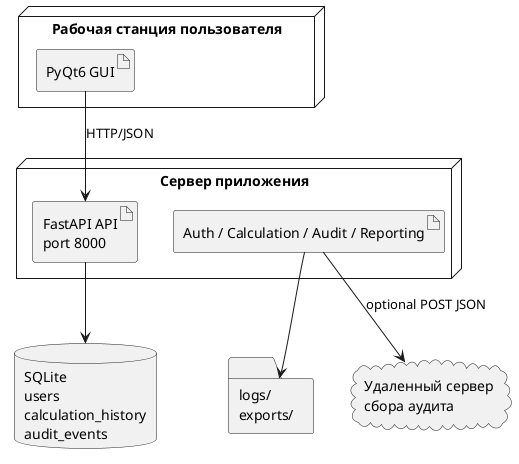
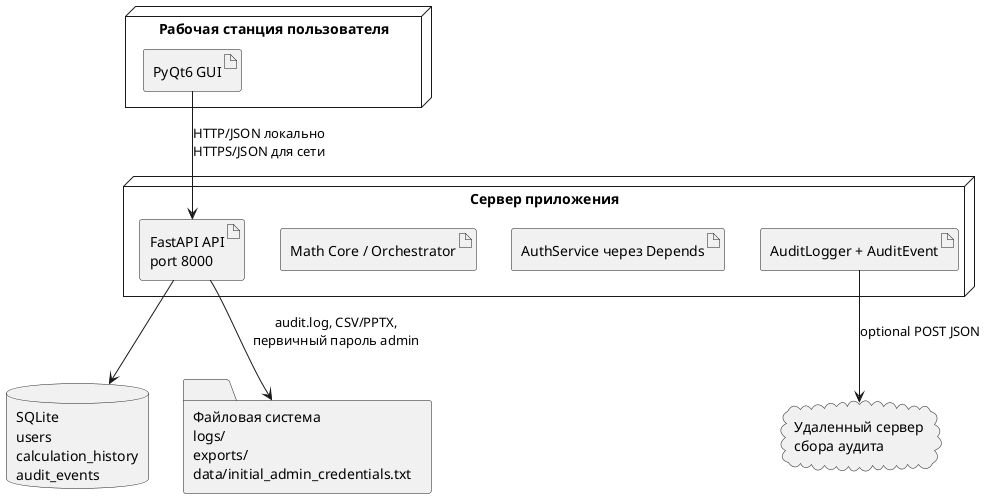
@startuml
node "Рабочая станция пользователя" {
  artifact "PyQt6 GUI"
}

node "Сервер приложения" {
  artifact "FastAPI API\nport 8000"
-   artifact "Auth / Calculation / Audit / Reporting"
+   artifact "AuthService через Depends"
+   artifact "Math Core / Orchestrator"
+   artifact "AuditLogger + AuditEvent"
}

database "SQLite\nusers\ncalculation_history\naudit_events" as SQLite
- folder "logs/\nexports/" as Files
+ folder "Файловая система\nlogs/\nexports/\ndata/initial_admin_credentials.txt" as Files
cloud "Удаленный сервер\nсбора аудита" as RemoteAudit

- "PyQt6 GUI" --> "FastAPI API\nport 8000" : HTTP/JSON
+ "PyQt6 GUI" --> "FastAPI API\nport 8000" : HTTP/JSON локально\nHTTPS/JSON для сети
"FastAPI API\nport 8000" --> SQLite
- "Auth / Calculation / Audit / Reporting" --> Files
- "Auth / Calculation / Audit / Reporting" --> RemoteAudit : optional POST JSON
+ "FastAPI API\nport 8000" --> Files : audit.log, CSV/PPTX,\nпервичный пароль admin
+ "AuditLogger + AuditEvent" --> RemoteAudit : optional POST JSON
@enduml
